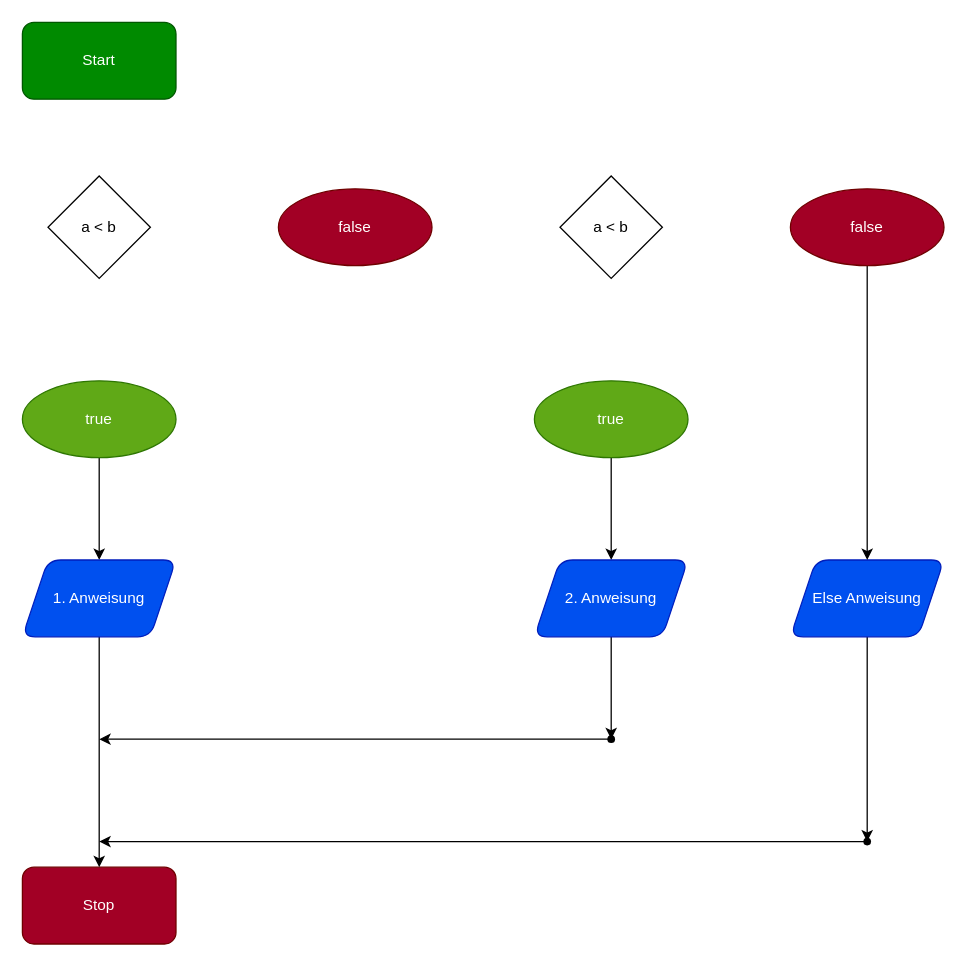
Before: page "IF ELSEIF ELSE Statement" (3 of 3) of pap.drawio in CC-Crazy-Students-Community/03_Entscheidungsstrukturen, a draw.io diagram. Source tidied: cells renumbered, new cells numbered last; positions are measured from the earlier drawing's top-left corner, leaving out a move shared by most shapes. Both pictures are drawn from the tidied source at 128%, with x=0, y=0 at pixel (22, 22).
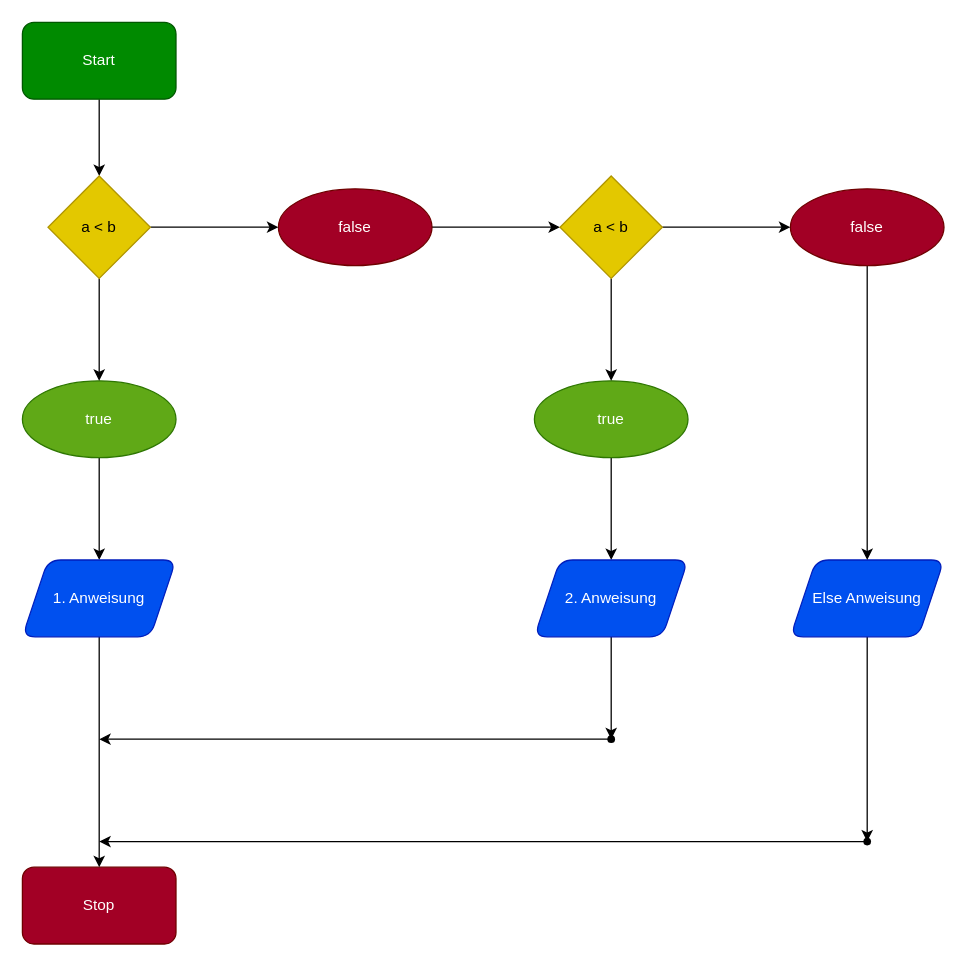
The same diagram, later.

Commit message:
pap update to statements

Unchanged cells that the change refers to:
```xml
<mxCell id="2" value="Start" style="rounded=1;whiteSpace=wrap;html=1;fillColor=#008a00;fontColor=#ffffff;strokeColor=#005700;" parent="1" vertex="1">
  <mxGeometry width="120" height="60" as="geometry" />
</mxCell>
<mxCell id="5" value="true" style="ellipse;whiteSpace=wrap;html=1;rounded=1;fillColor=#60a917;strokeColor=#2D7600;fontColor=#ffffff;" parent="1" vertex="1">
  <mxGeometry y="280" width="120" height="60" as="geometry" />
</mxCell>
<mxCell id="8" value="false" style="ellipse;whiteSpace=wrap;html=1;rounded=1;fillColor=#a20025;fontColor=#ffffff;strokeColor=#6F0000;" parent="1" vertex="1">
  <mxGeometry x="200" y="130" width="120" height="60" as="geometry" />
</mxCell>
<mxCell id="12" value="false" style="ellipse;whiteSpace=wrap;html=1;rounded=1;fillColor=#a20025;fontColor=#ffffff;strokeColor=#6F0000;" parent="1" vertex="1">
  <mxGeometry x="600" y="130" width="120" height="60" as="geometry" />
</mxCell>
<mxCell id="14" value="true" style="ellipse;whiteSpace=wrap;html=1;rounded=1;fillColor=#60a917;strokeColor=#2D7600;fontColor=#ffffff;" parent="1" vertex="1">
  <mxGeometry x="400" y="280" width="120" height="60" as="geometry" />
</mxCell>
```

The edit, as a diff of the source:
```diff
@@
+    <mxCell id="23" style="edgeStyle=none;html=1;entryX=0.5;entryY=0;entryDx=0;entryDy=0;" parent="1" edge="1" source="2" target="21">
+      <mxGeometry relative="1" as="geometry" />
+    </mxCell>
@@
+    <mxCell id="24" style="edgeStyle=none;html=1;" parent="1" edge="1" source="8" target="22">
+      <mxGeometry relative="1" as="geometry" />
+    </mxCell>
@@
+    <mxCell id="25" style="edgeStyle=none;html=1;entryX=0.5;entryY=0;entryDx=0;entryDy=0;" parent="1" edge="1" source="21" target="5">
+      <mxGeometry relative="1" as="geometry" />
+    </mxCell>
+    <mxCell id="26" style="edgeStyle=none;html=1;entryX=0;entryY=0.5;entryDx=0;entryDy=0;" parent="1" edge="1" source="21" target="8">
+      <mxGeometry relative="1" as="geometry" />
+    </mxCell>
-    <mxCell id="21" value="a &amp;lt; b" style="rhombus;whiteSpace=wrap;html=1;" parent="1" vertex="1">
+    <mxCell id="21" value="a &amp;lt; b" style="rhombus;whiteSpace=wrap;html=1;fillColor=#e3c800;fontColor=#000000;strokeColor=#B09500;" parent="1" vertex="1">
       <mxGeometry x="20" y="120" width="80" height="80" as="geometry" />
     </mxCell>
+    <mxCell id="27" style="edgeStyle=none;html=1;entryX=0;entryY=0.5;entryDx=0;entryDy=0;" parent="1" edge="1" source="22" target="12">
+      <mxGeometry relative="1" as="geometry" />
+    </mxCell>
+    <mxCell id="28" style="edgeStyle=none;html=1;entryX=0.5;entryY=0;entryDx=0;entryDy=0;" parent="1" edge="1" source="22" target="14">
+      <mxGeometry relative="1" as="geometry" />
+    </mxCell>
-    <mxCell id="22" value="a &amp;lt; b" style="rhombus;whiteSpace=wrap;html=1;" parent="1" vertex="1">
+    <mxCell id="22" value="a &amp;lt; b" style="rhombus;whiteSpace=wrap;html=1;fillColor=#e3c800;fontColor=#000000;strokeColor=#B09500;" parent="1" vertex="1">
       <mxGeometry x="420" y="120" width="80" height="80" as="geometry" />
     </mxCell>
```
